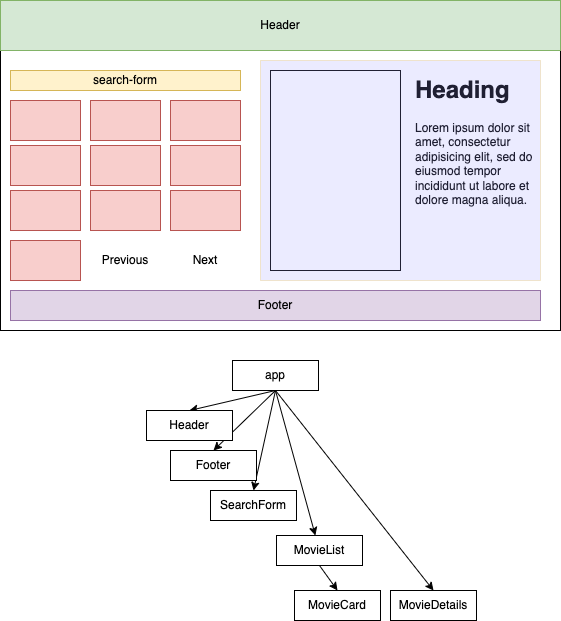
vinod-kayartaya/EV_NODEJS_TS_ANGULAR_AUG_2023 keeps this draw.io diagram as 2023-08-24/movie-search-app/app.dio.png. Above is the earlier version. Source tidied: cells renumbered, new cells last; positions are measured from the earlier drawing's top-left corner, leaving out a move shared by most shapes. Source of this version:
```xml
<mxGraphModel>
  <root>
    <mxCell id="0" />
    <mxCell id="1" parent="0" />
    <mxCell id="2" style="rounded=0;whiteSpace=wrap;html=1;" parent="1" vertex="1">
      <mxGeometry width="560" height="330" as="geometry" />
    </mxCell>
    <mxCell id="3" value="Header" style="rounded=0;whiteSpace=wrap;html=1;fillColor=#d5e8d4;strokeColor=#82b366;" parent="1" vertex="1">
      <mxGeometry width="560" height="50" as="geometry" />
    </mxCell>
    <mxCell id="4" value="Footer" style="rounded=0;whiteSpace=wrap;html=1;fillColor=#e1d5e7;strokeColor=#9673a6;" parent="1" vertex="1">
      <mxGeometry x="10" y="290" width="530" height="30" as="geometry" />
    </mxCell>
    <mxCell id="5" value="search-form" style="rounded=0;whiteSpace=wrap;html=1;fillColor=#fff2cc;strokeColor=#d6b656;" parent="1" vertex="1">
      <mxGeometry x="10" y="70" width="230" height="20" as="geometry" />
    </mxCell>
    <mxCell id="6" style="rounded=0;whiteSpace=wrap;html=1;fillColor=#f8cecc;strokeColor=#b85450;" parent="1" vertex="1">
      <mxGeometry x="10" y="100" width="70" height="40" as="geometry" />
    </mxCell>
    <mxCell id="7" style="rounded=0;whiteSpace=wrap;html=1;fillColor=#f8cecc;strokeColor=#b85450;" parent="1" vertex="1">
      <mxGeometry x="90" y="100" width="70" height="40" as="geometry" />
    </mxCell>
    <mxCell id="8" style="rounded=0;whiteSpace=wrap;html=1;fillColor=#f8cecc;strokeColor=#b85450;" parent="1" vertex="1">
      <mxGeometry x="170" y="100" width="70" height="40" as="geometry" />
    </mxCell>
    <mxCell id="9" style="rounded=0;whiteSpace=wrap;html=1;fillColor=#f8cecc;strokeColor=#b85450;" parent="1" vertex="1">
      <mxGeometry x="10" y="145" width="70" height="40" as="geometry" />
    </mxCell>
    <mxCell id="10" style="rounded=0;whiteSpace=wrap;html=1;fillColor=#f8cecc;strokeColor=#b85450;" parent="1" vertex="1">
      <mxGeometry x="90" y="145" width="70" height="40" as="geometry" />
    </mxCell>
    <mxCell id="11" style="rounded=0;whiteSpace=wrap;html=1;fillColor=#f8cecc;strokeColor=#b85450;" parent="1" vertex="1">
      <mxGeometry x="170" y="145" width="70" height="40" as="geometry" />
    </mxCell>
    <mxCell id="12" style="rounded=0;whiteSpace=wrap;html=1;fillColor=#f8cecc;strokeColor=#b85450;" parent="1" vertex="1">
      <mxGeometry x="10" y="190" width="70" height="40" as="geometry" />
    </mxCell>
    <mxCell id="13" style="rounded=0;whiteSpace=wrap;html=1;fillColor=#f8cecc;strokeColor=#b85450;" parent="1" vertex="1">
      <mxGeometry x="90" y="190" width="70" height="40" as="geometry" />
    </mxCell>
    <mxCell id="14" style="rounded=0;whiteSpace=wrap;html=1;fillColor=#f8cecc;strokeColor=#b85450;" parent="1" vertex="1">
      <mxGeometry x="170" y="190" width="70" height="40" as="geometry" />
    </mxCell>
    <mxCell id="15" style="rounded=0;whiteSpace=wrap;html=1;fillColor=#f8cecc;strokeColor=#b85450;" parent="1" vertex="1">
      <mxGeometry x="10" y="240" width="70" height="40" as="geometry" />
    </mxCell>
    <mxCell id="16" value="Previous" style="text;html=1;strokeColor=none;fillColor=none;align=center;verticalAlign=middle;whiteSpace=wrap;rounded=0;" parent="1" vertex="1">
      <mxGeometry x="100" y="247.5" width="50" height="25" as="geometry" />
    </mxCell>
    <mxCell id="17" value="Next" style="text;html=1;strokeColor=none;fillColor=none;align=center;verticalAlign=middle;whiteSpace=wrap;rounded=0;" parent="1" vertex="1">
      <mxGeometry x="175" y="245" width="60" height="30" as="geometry" />
    </mxCell>
    <mxCell id="18" style="rounded=0;whiteSpace=wrap;html=1;" parent="1" vertex="1">
      <mxGeometry x="270" y="70" width="130" height="200" as="geometry" />
    </mxCell>
    <mxCell id="19" value="&lt;h1&gt;Heading&lt;/h1&gt;&lt;p&gt;Lorem ipsum dolor sit amet, consectetur adipisicing elit, sed do eiusmod tempor incididunt ut labore et dolore magna aliqua.&lt;/p&gt;" style="text;html=1;strokeColor=none;fillColor=none;spacing=5;spacingTop=-20;whiteSpace=wrap;overflow=hidden;rounded=0;" parent="1" vertex="1">
      <mxGeometry x="410" y="70" width="130" height="200" as="geometry" />
    </mxCell>
    <mxCell id="20" style="rounded=0;whiteSpace=wrap;html=1;opacity=20;fillColor=#999CFF;strokeColor=#d79b00;" parent="1" vertex="1">
      <mxGeometry x="260" y="60" width="280" height="220" as="geometry" />
    </mxCell>
    <mxCell id="21" style="edgeStyle=none;html=1;exitX=0.5;exitY=1;exitDx=0;exitDy=0;entryX=0.5;entryY=0;entryDx=0;entryDy=0;" parent="1" edge="1" source="26" target="27">
      <mxGeometry relative="1" as="geometry" />
    </mxCell>
    <mxCell id="22" style="edgeStyle=none;html=1;exitX=0.5;exitY=1;exitDx=0;exitDy=0;entryX=0.5;entryY=0;entryDx=0;entryDy=0;" parent="1" edge="1" source="26" target="28">
      <mxGeometry relative="1" as="geometry" />
    </mxCell>
    <mxCell id="23" style="edgeStyle=none;html=1;exitX=0.5;exitY=1;exitDx=0;exitDy=0;entryX=0.5;entryY=0;entryDx=0;entryDy=0;" parent="1" edge="1" source="26" target="29">
      <mxGeometry relative="1" as="geometry" />
    </mxCell>
    <mxCell id="24" style="edgeStyle=none;html=1;exitX=0.5;exitY=1;exitDx=0;exitDy=0;" parent="1" edge="1" source="26" target="31">
      <mxGeometry relative="1" as="geometry" />
    </mxCell>
    <mxCell id="25" style="edgeStyle=none;html=1;exitX=0.5;exitY=1;exitDx=0;exitDy=0;entryX=0.5;entryY=0;entryDx=0;entryDy=0;" parent="1" edge="1" source="26" target="32">
      <mxGeometry relative="1" as="geometry" />
    </mxCell>
    <mxCell id="26" value="app" style="rounded=0;whiteSpace=wrap;html=1;" parent="1" vertex="1">
      <mxGeometry x="232" y="360" width="86" height="30" as="geometry" />
    </mxCell>
    <mxCell id="27" value="Header" style="rounded=0;whiteSpace=wrap;html=1;" parent="1" vertex="1">
      <mxGeometry x="146" y="410" width="86" height="30" as="geometry" />
    </mxCell>
    <mxCell id="28" value="Footer" style="rounded=0;whiteSpace=wrap;html=1;" parent="1" vertex="1">
      <mxGeometry x="170" y="450" width="86" height="30" as="geometry" />
    </mxCell>
    <mxCell id="29" value="SearchForm" style="rounded=0;whiteSpace=wrap;html=1;" parent="1" vertex="1">
      <mxGeometry x="210" y="490" width="86" height="30" as="geometry" />
    </mxCell>
    <mxCell id="30" style="edgeStyle=none;html=1;exitX=0.5;exitY=1;exitDx=0;exitDy=0;entryX=0.5;entryY=0;entryDx=0;entryDy=0;" parent="1" edge="1" source="31" target="33">
      <mxGeometry relative="1" as="geometry" />
    </mxCell>
    <mxCell id="31" value="MovieList" style="rounded=0;whiteSpace=wrap;html=1;" parent="1" vertex="1">
      <mxGeometry x="276" y="535" width="86" height="30" as="geometry" />
    </mxCell>
    <mxCell id="32" value="MovieDetails" style="rounded=0;whiteSpace=wrap;html=1;" parent="1" vertex="1">
      <mxGeometry x="390" y="590" width="86" height="30" as="geometry" />
    </mxCell>
    <mxCell id="33" value="MovieCard" style="rounded=0;whiteSpace=wrap;html=1;" parent="1" vertex="1">
      <mxGeometry x="294" y="590" width="86" height="30" as="geometry" />
    </mxCell>
  </root>
</mxGraphModel>
```
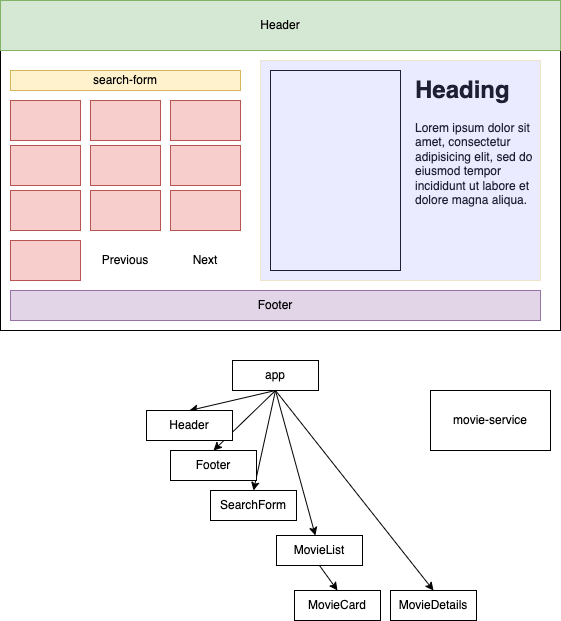
Above is the later version.

The edit, as a diff of the source:
```diff
@@ -98,5 +98,8 @@
     <mxCell id="33" value="MovieCard" style="rounded=0;whiteSpace=wrap;html=1;" parent="1" vertex="1">
       <mxGeometry x="294" y="590" width="86" height="30" as="geometry" />
     </mxCell>
+    <mxCell id="34" value="movie-service" style="rounded=0;whiteSpace=wrap;html=1;" parent="1" vertex="1">
+      <mxGeometry x="430" y="390" width="120" height="60" as="geometry" />
+    </mxCell>
   </root>
 </mxGraphModel>
```
